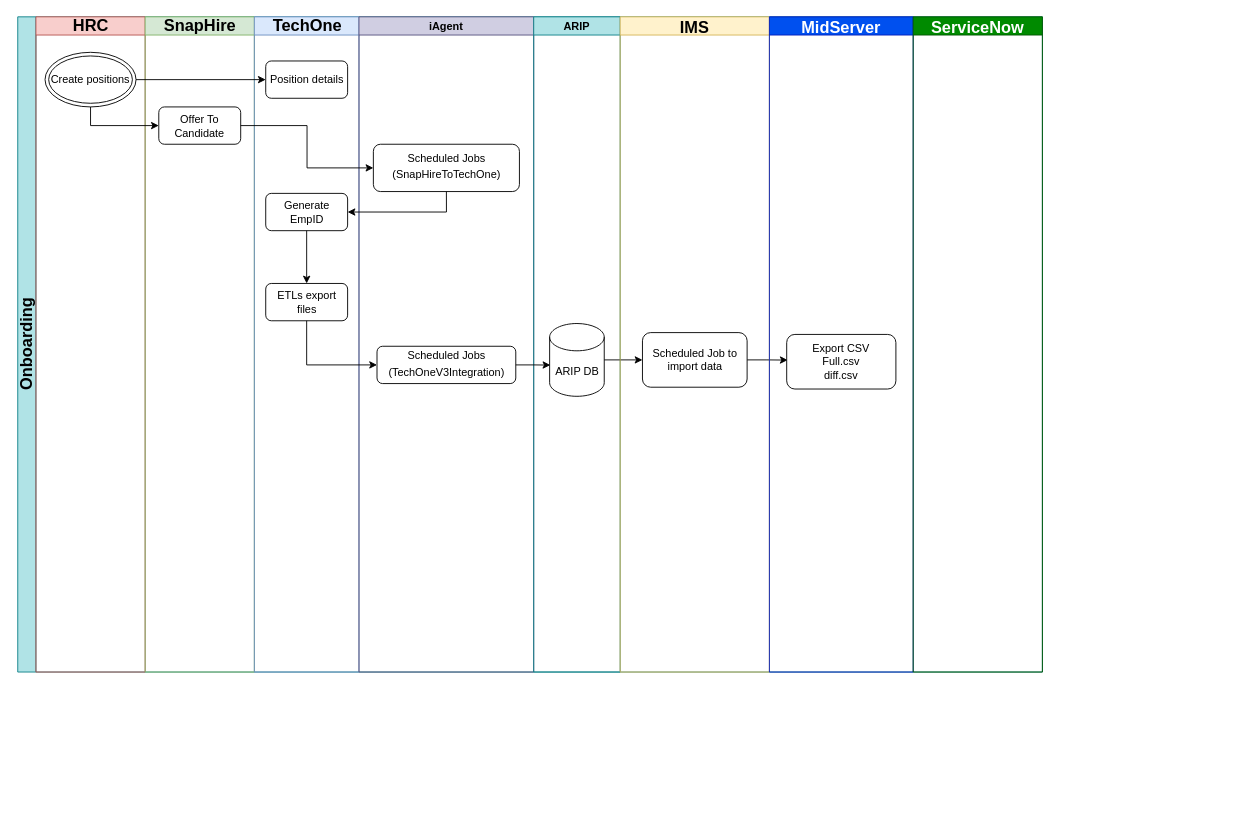
Above: Untitled Diagram.drawio in andrep2208/helloworld (draw.io), before the change. Source tidied: cells renumbered, new cells numbered last; positions are measured from the earlier drawing's top-left corner, leaving out a move shared by most shapes. Both pictures are drawn from the tidied source at 91%, with x=0, y=0 at pixel (17, 16).
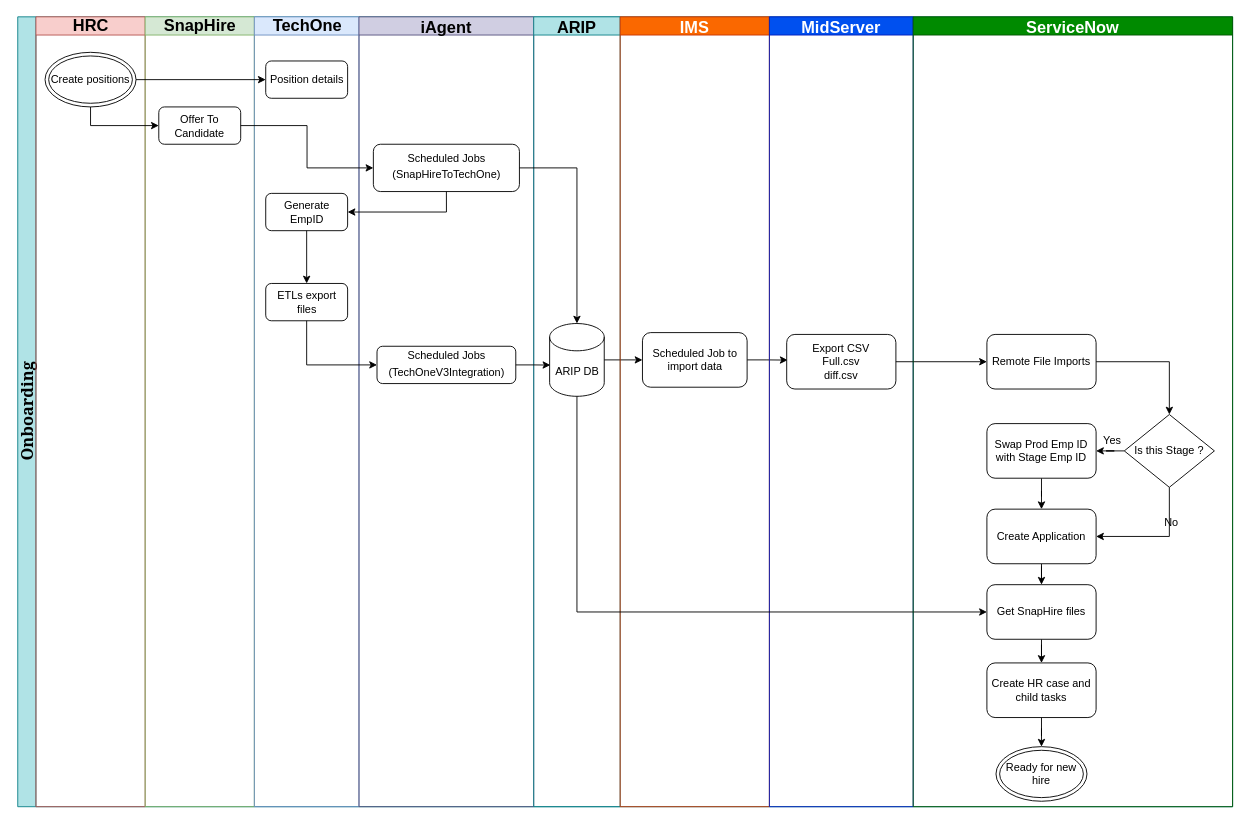
Above is the later version.

Unchanged cells that the change refers to:
```xml
<mxCell id="14" value="Scheduled Jobs&lt;br&gt;&lt;table border=&quot;0&quot; cellpadding=&quot;0&quot; cellspacing=&quot;0&quot; width=&quot;135&quot; style=&quot;border-collapse: collapse ; width: 101pt&quot;&gt;&lt;tbody&gt;&lt;tr style=&quot;height: 15.0pt&quot;&gt;  &lt;td height=&quot;20&quot; width=&quot;135&quot; style=&quot;height: 15.0pt ; width: 101pt&quot;&gt;(SnapHireToTechOne)&lt;br&gt;&lt;/td&gt;&lt;/tr&gt;&lt;/tbody&gt;&lt;/table&gt;" style="rounded=1;whiteSpace=wrap;html=1;fontSize=12;" parent="13" vertex="1">
  <mxGeometry x="15.8" y="140" width="160.5" height="52" as="geometry" />
</mxCell>
<mxCell id="17" value="ARIP DB" style="shape=cylinder3;whiteSpace=wrap;html=1;boundedLbl=1;backgroundOutline=1;size=15;" parent="16" vertex="1">
  <mxGeometry x="17.5" y="337" width="60" height="80" as="geometry" />
</mxCell>
<mxCell id="24" value="Export CSV&lt;br&gt;Full.csv&lt;br&gt;diff.csv" style="rounded=1;whiteSpace=wrap;html=1;" parent="23" vertex="1">
  <mxGeometry x="19" y="349" width="120" height="60" as="geometry" />
</mxCell>
```

Diff of the diagram source:
```diff
@@
-    <mxCell id="2" value="Onboarding" style="swimlane;html=1;startSize=20;horizontal=0;fillColor=#b0e3e6;strokeColor=#0e8088;fontSize=18;" parent="1" vertex="1">
-      <mxGeometry width="1126" height="720" as="geometry" />
+    <mxCell id="2" value="Onboarding" style="swimlane;html=1;startSize=20;horizontal=0;fillColor=#b0e3e6;strokeColor=#0e8088;fontSize=18;fontFamily=Georgia;" parent="1" vertex="1">
+      <mxGeometry width="1335" height="868" as="geometry" />
     </mxCell>
     <mxCell id="3" value="HRC" style="swimlane;html=1;startSize=20;fillColor=#f8cecc;strokeColor=#b85450;fontSize=18;" parent="2" vertex="1">
-      <mxGeometry x="20" width="120" height="720" as="geometry" />
+      <mxGeometry x="20" width="120" height="868" as="geometry" />
     </mxCell>
@@
     <mxCell id="5" value="SnapHire" style="swimlane;html=1;startSize=20;fillColor=#d5e8d4;strokeColor=#82b366;fontSize=18;" parent="2" vertex="1">
-      <mxGeometry x="140" width="120" height="720" as="geometry" />
+      <mxGeometry x="140" width="120" height="868" as="geometry" />
     </mxCell>
@@
     <mxCell id="7" value="TechOne" style="swimlane;html=1;startSize=20;fillColor=#dae8fc;strokeColor=#6c8ebf;fontSize=18;" parent="2" vertex="1">
-      <mxGeometry x="260" width="115" height="720" as="geometry" />
+      <mxGeometry x="260" width="115" height="868" as="geometry" />
     </mxCell>
@@
-    <mxCell id="13" value="iAgent" style="swimlane;startSize=20;fontSize=12;fillColor=#d0cee2;strokeColor=#56517e;" parent="2" vertex="1">
-      <mxGeometry x="375" width="192" height="720" as="geometry" />
+    <mxCell id="13" value="iAgent" style="swimlane;startSize=20;fontSize=18;fillColor=#d0cee2;strokeColor=#56517e;" parent="2" vertex="1">
+      <mxGeometry x="375" width="192" height="868" as="geometry" />
     </mxCell>
@@
-    <mxCell id="16" value="ARIP" style="swimlane;startSize=20;fontSize=12;fillColor=#b0e3e6;strokeColor=#0e8088;" parent="2" vertex="1">
-      <mxGeometry x="567" width="95" height="720" as="geometry" />
+    <mxCell id="16" value="ARIP" style="swimlane;startSize=20;fontSize=18;fillColor=#b0e3e6;strokeColor=#0e8088;" parent="2" vertex="1">
+      <mxGeometry x="567" width="95" height="868" as="geometry" />
     </mxCell>
@@
-    <mxCell id="21" value="IMS" style="swimlane;startSize=20;fillColor=#fff2cc;strokeColor=#d6b656;fontSize=18;" parent="2" vertex="1">
-      <mxGeometry x="662" width="164" height="720" as="geometry" />
+    <mxCell id="21" value="IMS" style="swimlane;startSize=20;fillColor=#fa6800;strokeColor=#C73500;fontSize=18;fontColor=#ffffff;" parent="2" vertex="1">
+      <mxGeometry x="662" width="164" height="868" as="geometry" />
     </mxCell>
@@
     <mxCell id="23" value="MidServer" style="swimlane;startSize=20;fillColor=#0050ef;strokeColor=#001DBC;fontColor=#ffffff;fontSize=18;" parent="2" vertex="1">
-      <mxGeometry x="826" width="158" height="720" as="geometry" />
+      <mxGeometry x="826" width="158" height="868" as="geometry" />
     </mxCell>
@@
-    <mxCell id="25" value="ServiceNow" style="swimlane;startSize=20;fillColor=#008a00;strokeColor=#005700;fontColor=#ffffff;fontSize=18;" parent="2" vertex="1">
-      <mxGeometry x="984" width="142" height="720" as="geometry" />
-    </mxCell>
@@
+    <mxCell id="30" style="edgeStyle=orthogonalEdgeStyle;rounded=0;jettySize=auto;html=1;" parent="2" edge="1" source="24" target="33">
+      <mxGeometry relative="1" as="geometry" />
+    </mxCell>
+    <mxCell id="31" style="edgeStyle=orthogonalEdgeStyle;rounded=0;jettySize=auto;html=1;entryX=0;entryY=0.5;entryDx=0;entryDy=0;exitX=0.5;exitY=1;exitDx=0;exitDy=0;exitPerimeter=0;" parent="2" edge="1" source="17" target="35">
+      <mxGeometry relative="1" as="geometry" />
+    </mxCell>
+    <mxCell id="25" value="ServiceNow" style="swimlane;startSize=20;fillColor=#008a00;strokeColor=#005700;fontColor=#ffffff;fontSize=18;" parent="2" vertex="1">
+      <mxGeometry x="984" width="351" height="868" as="geometry" />
+    </mxCell>
+    <mxCell id="32" style="edgeStyle=orthogonalEdgeStyle;rounded=0;jettySize=auto;html=1;entryX=0.5;entryY=0;entryDx=0;entryDy=0;" parent="25" edge="1" source="33" target="42">
+      <mxGeometry relative="1" as="geometry" />
+    </mxCell>
+    <mxCell id="33" value="Remote File Imports" style="rounded=1;whiteSpace=wrap;html=1;" parent="25" vertex="1">
+      <mxGeometry x="81" y="349" width="120" height="60" as="geometry" />
+    </mxCell>
+    <mxCell id="34" style="edgeStyle=orthogonalEdgeStyle;rounded=0;jettySize=auto;html=1;fontFamily=Georgia;" parent="25" edge="1" source="35" target="39">
+      <mxGeometry relative="1" as="geometry" />
+    </mxCell>
+    <mxCell id="35" value="Get SnapHire files" style="rounded=1;whiteSpace=wrap;html=1;" parent="25" vertex="1">
+      <mxGeometry x="81" y="624" width="120" height="60" as="geometry" />
+    </mxCell>
+    <mxCell id="36" style="edgeStyle=orthogonalEdgeStyle;rounded=0;jettySize=auto;html=1;entryX=0.5;entryY=0;entryDx=0;entryDy=0;fontFamily=Georgia;" parent="25" edge="1" source="37" target="35">
+      <mxGeometry relative="1" as="geometry" />
+    </mxCell>
+    <mxCell id="37" value="Create Application" style="rounded=1;whiteSpace=wrap;html=1;" parent="25" vertex="1">
+      <mxGeometry x="81" y="541" width="120" height="60" as="geometry" />
+    </mxCell>
+    <mxCell id="38" style="edgeStyle=orthogonalEdgeStyle;rounded=0;jettySize=auto;html=1;entryX=0.5;entryY=0;entryDx=0;entryDy=0;" parent="25" edge="1" source="39" target="47">
+      <mxGeometry relative="1" as="geometry" />
+    </mxCell>
+    <mxCell id="39" value="Create HR case and child tasks" style="rounded=1;whiteSpace=wrap;html=1;" parent="25" vertex="1">
+      <mxGeometry x="81" y="710" width="120" height="60" as="geometry" />
+    </mxCell>
+    <mxCell id="40" style="edgeStyle=orthogonalEdgeStyle;rounded=0;jettySize=auto;html=1;entryX=1;entryY=0.5;entryDx=0;entryDy=0;exitX=0.5;exitY=1;exitDx=0;exitDy=0;" parent="25" edge="1" source="42" target="37">
+      <mxGeometry relative="1" as="geometry" />
+    </mxCell>
+    <mxCell id="41" style="edgeStyle=orthogonalEdgeStyle;rounded=0;jettySize=auto;html=1;" parent="25" edge="1" source="42" target="44">
+      <mxGeometry relative="1" as="geometry" />
+    </mxCell>
+    <mxCell id="42" value="Is this Stage ?" style="rhombus;whiteSpace=wrap;html=1;" parent="25" vertex="1">
+      <mxGeometry x="232" y="437" width="99" height="80" as="geometry" />
+    </mxCell>
+    <mxCell id="43" style="edgeStyle=orthogonalEdgeStyle;rounded=0;jettySize=auto;html=1;fontFamily=Georgia;" parent="25" edge="1" source="44" target="37">
+      <mxGeometry relative="1" as="geometry" />
+    </mxCell>
+    <mxCell id="44" value="Swap Prod Emp ID with Stage Emp ID" style="rounded=1;whiteSpace=wrap;html=1;" parent="25" vertex="1">
+      <mxGeometry x="81" y="447" width="120" height="60" as="geometry" />
+    </mxCell>
+    <mxCell id="45" value="Yes" style="text;html=1;strokeColor=none;fillColor=none;align=center;verticalAlign=middle;whiteSpace=wrap;rounded=0;" parent="25" vertex="1">
+      <mxGeometry x="199" y="456" width="40" height="20" as="geometry" />
+    </mxCell>
+    <mxCell id="46" value="No" style="text;html=1;strokeColor=none;fillColor=none;align=center;verticalAlign=middle;whiteSpace=wrap;rounded=0;" parent="25" vertex="1">
+      <mxGeometry x="264" y="546" width="40" height="20" as="geometry" />
+    </mxCell>
+    <mxCell id="47" value="Ready for new hire" style="ellipse;shape=doubleEllipse;whiteSpace=wrap;html=1;" parent="25" vertex="1">
+      <mxGeometry x="91" y="802" width="100" height="60" as="geometry" />
+    </mxCell>
+    <mxCell id="48" style="edgeStyle=orthogonalEdgeStyle;rounded=0;jettySize=auto;html=1;fontFamily=Georgia;fontSize=18;" parent="2" edge="1" source="14" target="17">
+      <mxGeometry relative="1" as="geometry" />
+    </mxCell>
```
